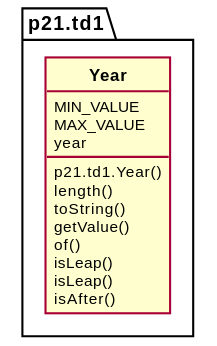
Before: out/production/saep21/uml/p21.td1.Year.svg, a diagram exported from PlantUML (D3B1RUM4N/SAE_P21).
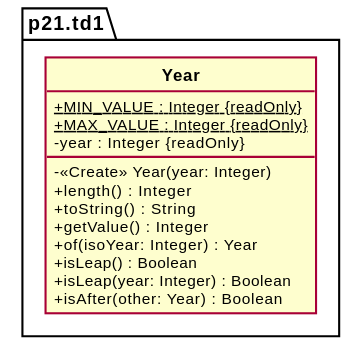
Later version of the same file.

Change to the diagram source:
```diff
@@ -6,17 +6,17 @@
 
 class p21.td1.Year
 {
-  MIN_VALUE
-  MAX_VALUE
-  year
-  p21.td1.Year()
-  length()
-  toString()
-  getValue()
-  of()
-  isLeap()
-  isLeap()
-  isAfter()
+  {static} + MIN_VALUE : Integer {static}{readOnly}
+  {static} + MAX_VALUE : Integer {static}{readOnly}
+  - year : Integer {readOnly}
+  - << Create >> Year(year: Integer)
+  + length() : Integer
+  + toString() : String
+  + getValue() : Integer
+  + of(isoYear: Integer) : Year
+  + isLeap() : Boolean
+  + isLeap(year: Integer) : Boolean
+  + isAfter(other: Year) : Boolean
 }
 
 @enduml
```
